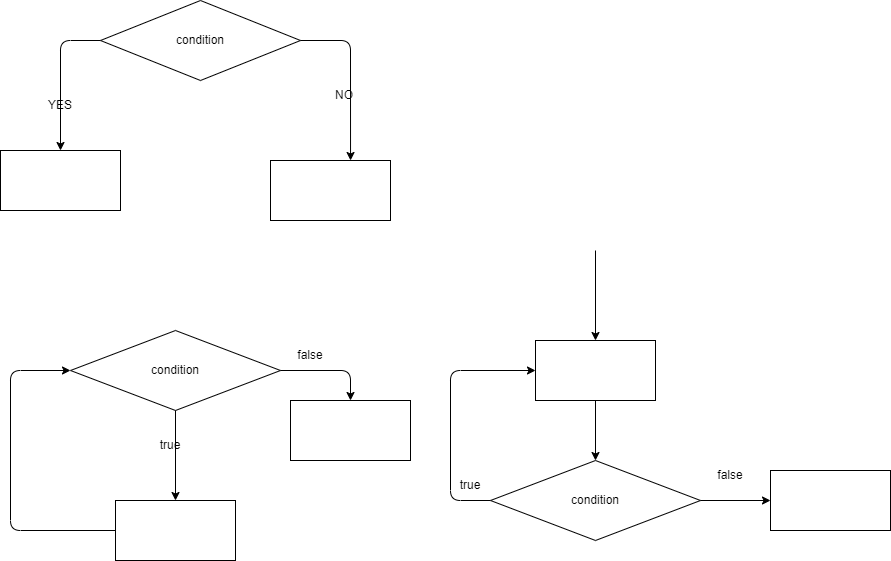
Above: practice_temp/exooo.drawio.png in Svetlanka31/practice_temp (draw.io), before the change. Source tidied: cells renumbered, new cells last; positions are measured from the earlier drawing's top-left corner, leaving out a move shared by most shapes. Source of this version:
```xml
<mxGraphModel>
  <root>
    <mxCell id="0" />
    <mxCell id="1" parent="0" />
    <mxCell id="2" value="condition" style="rhombus;whiteSpace=wrap;html=1;" parent="1" vertex="1">
      <mxGeometry x="100" width="200" height="80" as="geometry" />
    </mxCell>
    <mxCell id="3" style="rounded=0;whiteSpace=wrap;html=1;" parent="1" vertex="1">
      <mxGeometry x="270" y="160" width="120" height="60" as="geometry" />
    </mxCell>
    <mxCell id="4" style="rounded=0;whiteSpace=wrap;html=1;" parent="1" vertex="1">
      <mxGeometry y="150" width="120" height="60" as="geometry" />
    </mxCell>
    <mxCell id="5" style="endArrow=classic;html=1;entryX=0.667;entryY=0;entryDx=0;entryDy=0;entryPerimeter=0;" parent="1" edge="1" target="3">
      <mxGeometry relative="1" as="geometry">
        <mxPoint x="300" y="40" as="sourcePoint" />
        <Array as="points">
          <mxPoint x="350" y="40" />
        </Array>
      </mxGeometry>
    </mxCell>
    <mxCell id="6" style="endArrow=classic;html=1;exitX=0;exitY=0.5;exitDx=0;exitDy=0;entryX=0.5;entryY=0;entryDx=0;entryDy=0;" parent="1" edge="1" source="2" target="4">
      <mxGeometry relative="1" as="geometry">
        <Array as="points">
          <mxPoint x="60" y="40" />
        </Array>
      </mxGeometry>
    </mxCell>
    <mxCell id="7" value="YES" style="text;html=1;strokeColor=none;fillColor=none;align=center;verticalAlign=middle;whiteSpace=wrap;rounded=0;" parent="1" vertex="1">
      <mxGeometry x="30" y="90" width="60" height="30" as="geometry" />
    </mxCell>
    <mxCell id="8" value="NO" style="text;html=1;strokeColor=none;fillColor=none;align=center;verticalAlign=middle;whiteSpace=wrap;rounded=0;" parent="1" vertex="1">
      <mxGeometry x="313.5" y="80" width="60" height="30" as="geometry" />
    </mxCell>
    <mxCell id="9" value="condition" style="rhombus;whiteSpace=wrap;html=1;" parent="1" vertex="1">
      <mxGeometry x="70" y="330" width="210" height="80" as="geometry" />
    </mxCell>
    <mxCell id="10" style="rounded=0;whiteSpace=wrap;html=1;" parent="1" vertex="1">
      <mxGeometry x="115" y="500" width="120" height="60" as="geometry" />
    </mxCell>
    <mxCell id="11" style="endArrow=classic;html=1;exitX=0.5;exitY=1;exitDx=0;exitDy=0;entryX=0.5;entryY=0;entryDx=0;entryDy=0;" parent="1" edge="1" source="9" target="10">
      <mxGeometry relative="1" as="geometry" />
    </mxCell>
    <mxCell id="12" style="endArrow=classic;html=1;exitX=0;exitY=0.5;exitDx=0;exitDy=0;entryX=0;entryY=0.5;entryDx=0;entryDy=0;" parent="1" edge="1" source="10" target="9">
      <mxGeometry relative="1" as="geometry">
        <Array as="points">
          <mxPoint x="10" y="530" />
          <mxPoint x="10" y="370" />
        </Array>
      </mxGeometry>
    </mxCell>
    <mxCell id="13" style="endArrow=classic;html=1;exitX=1;exitY=0.5;exitDx=0;exitDy=0;entryX=0.5;entryY=0;entryDx=0;entryDy=0;" parent="1" edge="1" source="9" target="20">
      <mxGeometry relative="1" as="geometry">
        <Array as="points">
          <mxPoint x="350" y="370" />
        </Array>
      </mxGeometry>
    </mxCell>
    <mxCell id="14" value="true" style="text;html=1;strokeColor=none;fillColor=none;align=center;verticalAlign=middle;whiteSpace=wrap;rounded=0;" parent="1" vertex="1">
      <mxGeometry x="140" y="430" width="60" height="30" as="geometry" />
    </mxCell>
    <mxCell id="15" value="condition" style="rhombus;whiteSpace=wrap;html=1;" parent="1" vertex="1">
      <mxGeometry x="490" y="460" width="210" height="80" as="geometry" />
    </mxCell>
    <mxCell id="16" style="rounded=0;whiteSpace=wrap;html=1;" parent="1" vertex="1">
      <mxGeometry x="535" y="340" width="120" height="60" as="geometry" />
    </mxCell>
    <mxCell id="17" style="endArrow=classic;html=1;entryX=0.5;entryY=0;entryDx=0;entryDy=0;" parent="1" edge="1" target="16">
      <mxGeometry relative="1" as="geometry">
        <mxPoint x="595" y="250" as="sourcePoint" />
      </mxGeometry>
    </mxCell>
    <mxCell id="18" style="endArrow=classic;html=1;exitX=0.5;exitY=1;exitDx=0;exitDy=0;entryX=0.5;entryY=0;entryDx=0;entryDy=0;" parent="1" edge="1" source="16" target="15">
      <mxGeometry relative="1" as="geometry" />
    </mxCell>
    <mxCell id="19" style="endArrow=classic;html=1;exitX=0;exitY=0.5;exitDx=0;exitDy=0;entryX=0;entryY=0.5;entryDx=0;entryDy=0;" parent="1" edge="1" source="15" target="16">
      <mxGeometry relative="1" as="geometry">
        <Array as="points">
          <mxPoint x="450" y="500" />
          <mxPoint x="450" y="370" />
        </Array>
      </mxGeometry>
    </mxCell>
    <mxCell id="20" style="rounded=0;whiteSpace=wrap;html=1;" parent="1" vertex="1">
      <mxGeometry x="290" y="400" width="120" height="60" as="geometry" />
    </mxCell>
    <mxCell id="21" value="false" style="text;html=1;strokeColor=none;fillColor=none;align=center;verticalAlign=middle;whiteSpace=wrap;rounded=0;" parent="1" vertex="1">
      <mxGeometry x="280" y="340" width="60" height="30" as="geometry" />
    </mxCell>
    <mxCell id="22" value="true" style="text;html=1;strokeColor=none;fillColor=none;align=center;verticalAlign=middle;whiteSpace=wrap;rounded=0;" parent="1" vertex="1">
      <mxGeometry x="440" y="470" width="60" height="30" as="geometry" />
    </mxCell>
    <mxCell id="23" style="rounded=0;whiteSpace=wrap;html=1;" parent="1" vertex="1">
      <mxGeometry x="770" y="470" width="120" height="60" as="geometry" />
    </mxCell>
    <mxCell id="24" style="endArrow=classic;html=1;exitX=1;exitY=0.5;exitDx=0;exitDy=0;entryX=0;entryY=0.5;entryDx=0;entryDy=0;" parent="1" edge="1" source="15" target="23">
      <mxGeometry relative="1" as="geometry" />
    </mxCell>
    <mxCell id="25" value="false" style="text;html=1;strokeColor=none;fillColor=none;align=center;verticalAlign=middle;whiteSpace=wrap;rounded=0;" parent="1" vertex="1">
      <mxGeometry x="700" y="460" width="60" height="30" as="geometry" />
    </mxCell>
  </root>
</mxGraphModel>
```
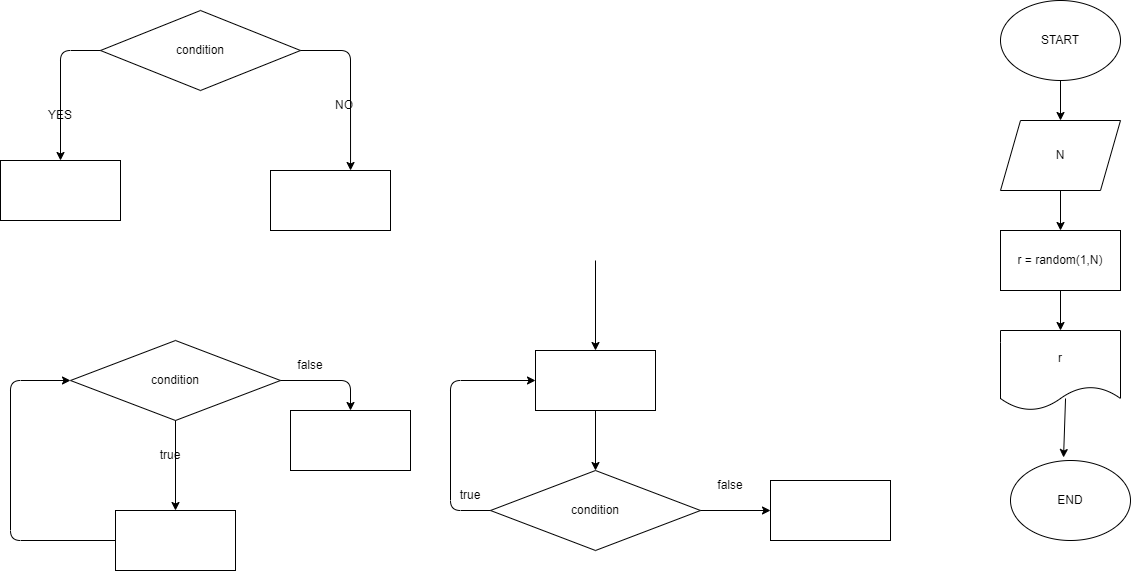
The same file after the commit.

Change to the diagram source:
```diff
@@ -99,5 +99,34 @@
     <mxCell id="25" value="false" style="text;html=1;strokeColor=none;fillColor=none;align=center;verticalAlign=middle;whiteSpace=wrap;rounded=0;" parent="1" vertex="1">
       <mxGeometry x="700" y="460" width="60" height="30" as="geometry" />
     </mxCell>
+    <mxCell id="26" value="START" style="ellipse;whiteSpace=wrap;html=1;" parent="1" vertex="1">
+      <mxGeometry x="1000" y="-10" width="120" height="80" as="geometry" />
+    </mxCell>
+    <mxCell id="27" value="N" style="shape=parallelogram;perimeter=parallelogramPerimeter;whiteSpace=wrap;html=1;fixedSize=1;" parent="1" vertex="1">
+      <mxGeometry x="1000" y="110" width="120" height="70" as="geometry" />
+    </mxCell>
+    <mxCell id="28" value="r = random(1,N)" style="rounded=0;whiteSpace=wrap;html=1;" parent="1" vertex="1">
+      <mxGeometry x="1000" y="220" width="120" height="60" as="geometry" />
+    </mxCell>
+    <mxCell id="29" value="r" style="shape=document;whiteSpace=wrap;html=1;boundedLbl=1;" parent="1" vertex="1">
+      <mxGeometry x="1000" y="320" width="120" height="80" as="geometry" />
+    </mxCell>
+    <mxCell id="30" style="endArrow=classic;html=1;exitX=0.5;exitY=1;exitDx=0;exitDy=0;entryX=0.5;entryY=0;entryDx=0;entryDy=0;" parent="1" edge="1" source="26" target="27">
+      <mxGeometry relative="1" as="geometry" />
+    </mxCell>
+    <mxCell id="31" style="endArrow=classic;html=1;exitX=0.5;exitY=1;exitDx=0;exitDy=0;entryX=0.5;entryY=0;entryDx=0;entryDy=0;" parent="1" edge="1" source="27" target="28">
+      <mxGeometry relative="1" as="geometry" />
+    </mxCell>
+    <mxCell id="32" style="endArrow=classic;html=1;exitX=0.5;exitY=1;exitDx=0;exitDy=0;entryX=0.5;entryY=0;entryDx=0;entryDy=0;" parent="1" edge="1" source="28" target="29">
+      <mxGeometry relative="1" as="geometry" />
+    </mxCell>
+    <mxCell id="33" style="endArrow=classic;html=1;exitX=0.542;exitY=0.85;exitDx=0;exitDy=0;exitPerimeter=0;entryX=0.442;entryY=0.025;entryDx=0;entryDy=0;entryPerimeter=0;" parent="1" edge="1" source="29">
+      <mxGeometry relative="1" as="geometry">
+        <mxPoint x="1063" y="447" as="targetPoint" />
+      </mxGeometry>
+    </mxCell>
+    <mxCell id="34" value="END" style="ellipse;whiteSpace=wrap;html=1;" parent="1" vertex="1">
+      <mxGeometry x="1010" y="450" width="120" height="80" as="geometry" />
+    </mxCell>
   </root>
 </mxGraphModel>
```
